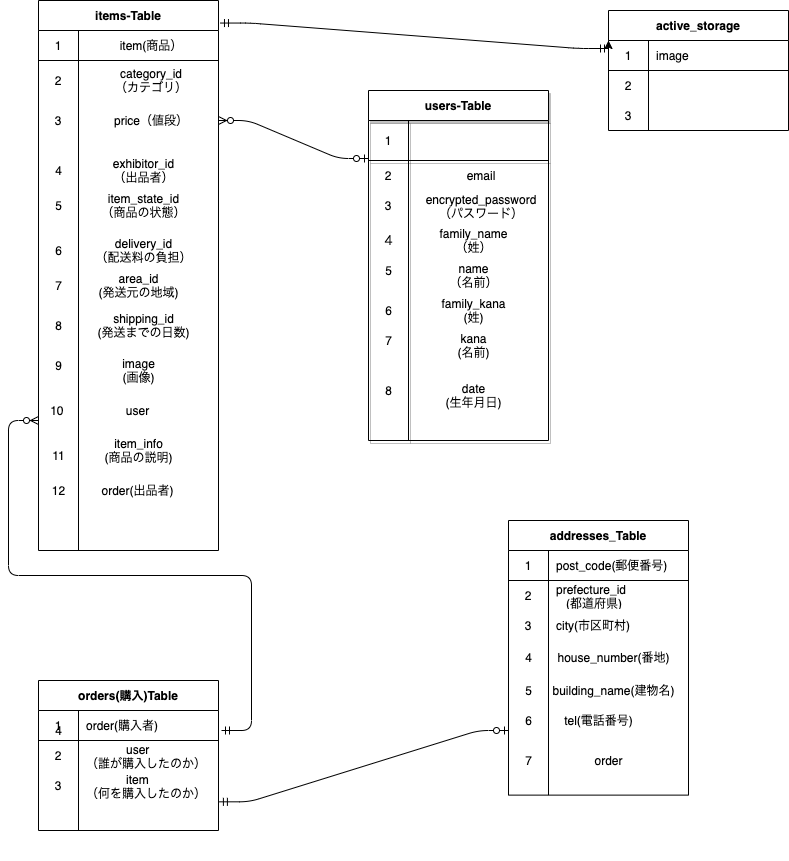
Earlier version of the draw.io export furimaER.drawio.png (makoto07karin/furima-36874). Source tidied: cells renumbered, new cells last; positions are measured from the earlier drawing's top-left corner, leaving out a move shared by most shapes.
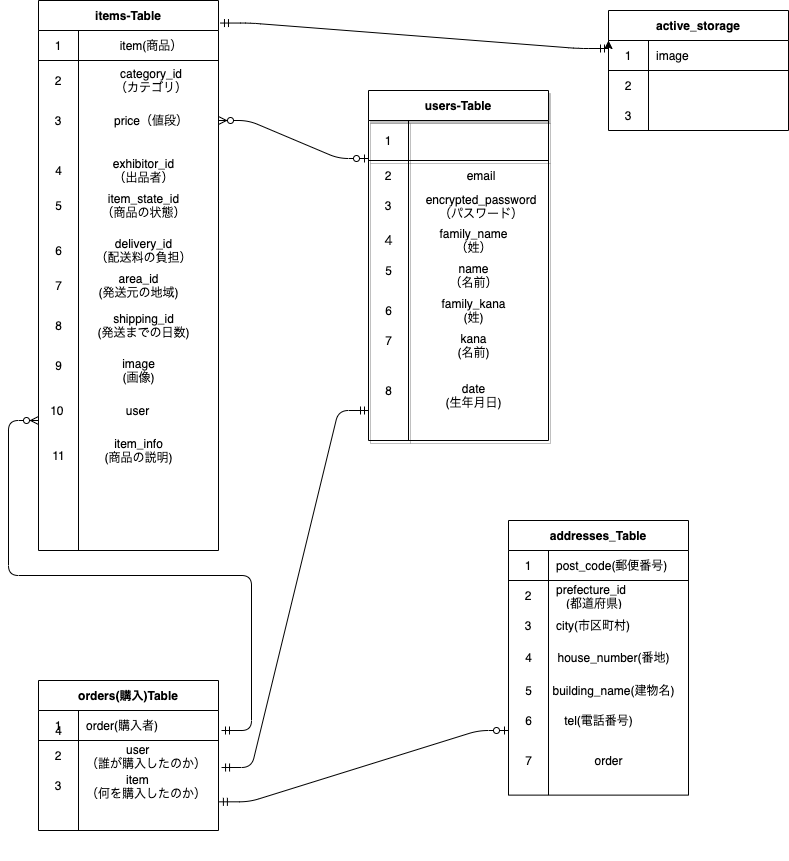
After the change.

What changed in the source:
```diff
@@ -170,12 +170,6 @@
     <mxCell id="57" value="11" style="text;html=1;align=center;verticalAlign=middle;strokeColor=none;" parent="31" vertex="1">
       <mxGeometry x="5" y="405" width="30" height="20" as="geometry" />
     </mxCell>
-    <mxCell id="58" value="order(出品者)" style="text;html=1;align=center;verticalAlign=middle;strokeColor=none;" parent="31" vertex="1">
-      <mxGeometry x="54" y="440" width="90" height="20" as="geometry" />
-    </mxCell>
-    <mxCell id="59" value="12" style="text;html=1;align=center;verticalAlign=middle;strokeColor=none;" parent="31" vertex="1">
-      <mxGeometry x="5" y="440" width="30" height="20" as="geometry" />
-    </mxCell>
     <mxCell id="60" style="edgeStyle=entityRelationEdgeStyle;fontSize=12;html=1;endArrow=ERmandOne;startArrow=ERmandOne;exitX=1.011;exitY=0.041;exitDx=0;exitDy=0;exitPerimeter=0;" parent="1" edge="1" source="32">
       <mxGeometry relative="1" as="geometry">
         <mxPoint x="570" y="48" as="targetPoint" />
@@ -303,5 +297,10 @@
     <mxCell id="99" value="order" style="text;html=1;align=center;verticalAlign=middle;strokeColor=none;" parent="79" vertex="1">
       <mxGeometry x="80" y="230" width="40" height="20" as="geometry" />
     </mxCell>
+    <mxCell id="100" style="edgeStyle=entityRelationEdgeStyle;fontSize=12;html=1;endArrow=ERmandOne;startArrow=ERmandOne;exitX=1.017;exitY=-0.1;exitDx=0;exitDy=0;exitPerimeter=0;" parent="1" edge="1" source="72">
+      <mxGeometry relative="1" as="geometry">
+        <mxPoint x="330" y="410" as="targetPoint" />
+      </mxGeometry>
+    </mxCell>
   </root>
 </mxGraphModel>
```
